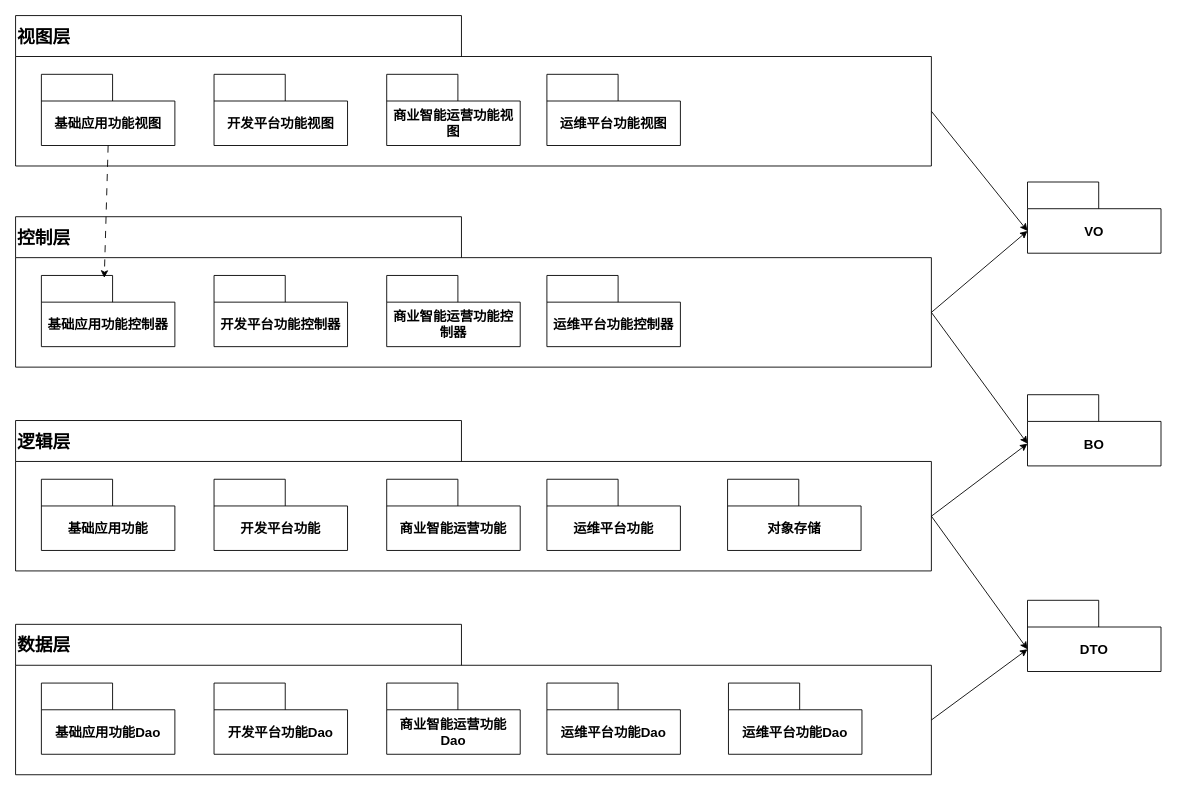
This is 系统开发视图.drawio from qf2020/drawio, a draw.io file, before an edit. Source tidied: cells renumbered, new cells numbered last; positions are measured from the earlier drawing's top-left corner, leaving out a move shared by most shapes. Both pictures are drawn from the tidied source at 89%, with x=0, y=0 at pixel (15, 15).
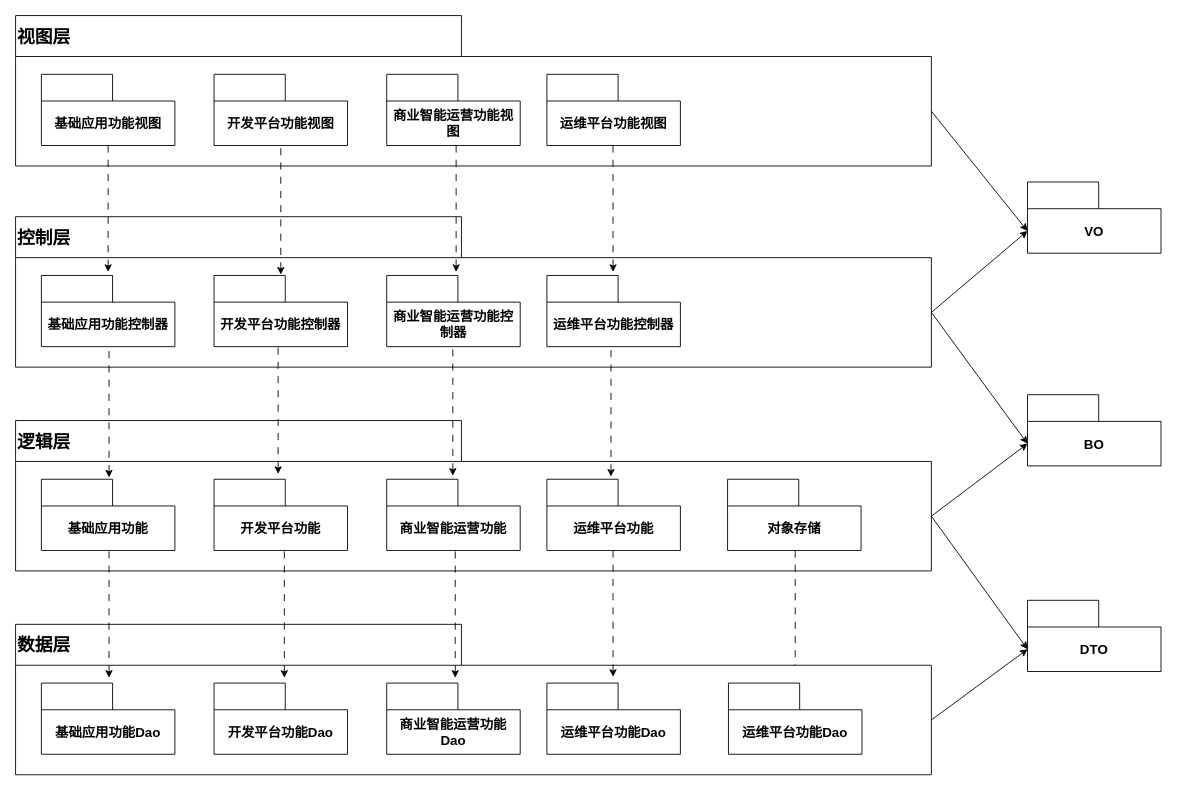
The same diagram, later.

Commit message (it also covers changes not shown here):
更新系统开发视图.drawio

The change refers to these unchanged cells:
```xml
<mxCell id="8" value="&lt;font style=&quot;font-size: 15px;&quot;&gt;基础应用功能控制器&lt;/font&gt;" style="shape=folder;fontStyle=1;tabWidth=80;tabHeight=30;tabPosition=left;html=1;boundedLbl=1;whiteSpace=wrap;" parent="7" vertex="1">
  <mxGeometry x="29" y="66" width="150" height="80" as="geometry" />
</mxCell>
<mxCell id="12" value="&lt;font style=&quot;font-size: 20px;&quot;&gt;逻辑层&lt;/font&gt;" style="shape=folder;fontStyle=1;tabWidth=501;tabHeight=46;tabPosition=left;html=1;boundedLbl=1;labelInHeader=1;whiteSpace=wrap;align=left;" parent="1" vertex="1">
  <mxGeometry y="455" width="1029" height="169" as="geometry" />
</mxCell>
<mxCell id="18" value="&lt;span style=&quot;font-size: 20px;&quot;&gt;数据层&lt;/span&gt;" style="shape=folder;fontStyle=1;tabWidth=501;tabHeight=46;tabPosition=left;html=1;boundedLbl=1;labelInHeader=1;whiteSpace=wrap;align=left;" parent="1" vertex="1">
  <mxGeometry y="684" width="1029" height="169" as="geometry" />
</mxCell>
```

What changed in the source:
```diff
@@
-    <mxCell id="2" value="&lt;font style=&quot;font-size: 20px;&quot;&gt;视图层&lt;/font&gt;" style="shape=folder;fontStyle=1;tabWidth=501;tabHeight=46;tabPosition=left;html=1;boundedLbl=1;labelInHeader=1;whiteSpace=wrap;align=left;" parent="1" vertex="1">
-      <mxGeometry width="1029" height="169" as="geometry" />
-    </mxCell>
-    <mxCell id="3" value="&lt;font style=&quot;font-size: 15px;&quot;&gt;基础应用功能视图&lt;/font&gt;" style="shape=folder;fontStyle=1;tabWidth=80;tabHeight=30;tabPosition=left;html=1;boundedLbl=1;whiteSpace=wrap;" parent="2" vertex="1">
-      <mxGeometry x="29" y="66" width="150" height="80" as="geometry" />
-    </mxCell>
-    <mxCell id="4" value="&lt;font style=&quot;font-size: 15px;&quot;&gt;开发平台功能视图&lt;/font&gt;" style="shape=folder;fontStyle=1;tabWidth=80;tabHeight=30;tabPosition=left;html=1;boundedLbl=1;whiteSpace=wrap;" parent="2" vertex="1">
-      <mxGeometry x="223" y="66" width="150" height="80" as="geometry" />
-    </mxCell>
-    <mxCell id="5" value="&lt;font style=&quot;font-size: 15px;&quot;&gt;商业智能运营功能视图&lt;/font&gt;" style="shape=folder;fontStyle=1;tabWidth=80;tabHeight=30;tabPosition=left;html=1;boundedLbl=1;whiteSpace=wrap;" parent="2" vertex="1">
-      <mxGeometry x="417" y="66" width="150" height="80" as="geometry" />
-    </mxCell>
-    <mxCell id="6" value="&lt;font style=&quot;font-size: 15px;&quot;&gt;运维平台功能视图&lt;/font&gt;" style="shape=folder;fontStyle=1;tabWidth=80;tabHeight=30;tabPosition=left;html=1;boundedLbl=1;whiteSpace=wrap;" parent="2" vertex="1">
-      <mxGeometry x="597" y="66" width="150" height="80" as="geometry" />
-    </mxCell>
@@
+    <mxCell id="34" style="endArrow=classic;html=1;rounded=0;dashed=1;dashPattern=8 8;exitX=0.5;exitY=1;exitDx=0;exitDy=0;exitPerimeter=0;verticalAlign=middle;startSize=6;" parent="12" edge="1">
+      <mxGeometry relative="1" as="geometry">
+        <mxPoint x="491.3" y="-80" as="sourcePoint" />
+        <mxPoint x="491.3" y="62" as="targetPoint" />
+      </mxGeometry>
+    </mxCell>
+    <mxCell id="35" style="endArrow=classic;html=1;rounded=0;dashed=1;dashPattern=8 8;exitX=0.5;exitY=1;exitDx=0;exitDy=0;exitPerimeter=0;verticalAlign=middle;startSize=6;" parent="12" edge="1">
+      <mxGeometry relative="1" as="geometry">
+        <mxPoint x="876" y="146" as="sourcePoint" />
+        <mxPoint x="876" y="288" as="targetPoint" />
+      </mxGeometry>
+    </mxCell>
@@
+    <mxCell id="36" style="endArrow=classic;html=1;rounded=0;dashed=1;dashPattern=8 8;exitX=0.5;exitY=1;exitDx=0;exitDy=0;exitPerimeter=0;verticalAlign=middle;startSize=6;" parent="18" edge="1">
+      <mxGeometry relative="1" as="geometry">
+        <mxPoint x="671.3" y="-83" as="sourcePoint" />
+        <mxPoint x="671.3" y="59" as="targetPoint" />
+      </mxGeometry>
+    </mxCell>
+    <mxCell id="2" value="&lt;font style=&quot;font-size: 20px;&quot;&gt;视图层&lt;/font&gt;" style="shape=folder;fontStyle=1;tabWidth=501;tabHeight=46;tabPosition=left;html=1;boundedLbl=1;labelInHeader=1;whiteSpace=wrap;align=left;" parent="1" vertex="1">
+      <mxGeometry width="1029" height="169" as="geometry" />
+    </mxCell>
+    <mxCell id="3" value="&lt;font style=&quot;font-size: 15px;&quot;&gt;基础应用功能视图&lt;/font&gt;" style="shape=folder;fontStyle=1;tabWidth=80;tabHeight=30;tabPosition=left;html=1;boundedLbl=1;whiteSpace=wrap;" parent="2" vertex="1">
+      <mxGeometry x="29" y="66" width="150" height="80" as="geometry" />
+    </mxCell>
+    <mxCell id="4" value="&lt;font style=&quot;font-size: 15px;&quot;&gt;开发平台功能视图&lt;/font&gt;" style="shape=folder;fontStyle=1;tabWidth=80;tabHeight=30;tabPosition=left;html=1;boundedLbl=1;whiteSpace=wrap;" parent="2" vertex="1">
+      <mxGeometry x="223" y="66" width="150" height="80" as="geometry" />
+    </mxCell>
+    <mxCell id="5" value="&lt;font style=&quot;font-size: 15px;&quot;&gt;商业智能运营功能视图&lt;/font&gt;" style="shape=folder;fontStyle=1;tabWidth=80;tabHeight=30;tabPosition=left;html=1;boundedLbl=1;whiteSpace=wrap;" parent="2" vertex="1">
+      <mxGeometry x="417" y="66" width="150" height="80" as="geometry" />
+    </mxCell>
+    <mxCell id="6" value="&lt;font style=&quot;font-size: 15px;&quot;&gt;运维平台功能视图&lt;/font&gt;" style="shape=folder;fontStyle=1;tabWidth=80;tabHeight=30;tabPosition=left;html=1;boundedLbl=1;whiteSpace=wrap;" parent="2" vertex="1">
+      <mxGeometry x="597" y="66" width="150" height="80" as="geometry" />
+    </mxCell>
+    <mxCell id="37" style="endArrow=classic;html=1;rounded=0;dashed=1;dashPattern=8 8;exitX=0.5;exitY=1;exitDx=0;exitDy=0;exitPerimeter=0;verticalAlign=middle;startSize=6;" parent="2" edge="1">
+      <mxGeometry relative="1" as="geometry">
+        <mxPoint x="495" y="146" as="sourcePoint" />
+        <mxPoint x="495" y="288" as="targetPoint" />
+      </mxGeometry>
+    </mxCell>
@@
-    <mxCell id="33" style="endArrow=classic;html=1;rounded=0;dashed=1;dashPattern=8 8;entryX=0.471;entryY=0.034;entryDx=0;entryDy=0;entryPerimeter=0;exitX=0.5;exitY=1;exitDx=0;exitDy=0;exitPerimeter=0;" parent="1" edge="1" source="3" target="8">
-      <mxGeometry relative="1" as="geometry" />
+    <mxCell id="33" style="endArrow=classic;html=1;rounded=0;dashed=1;dashPattern=8 8;exitX=0.5;exitY=1;exitDx=0;exitDy=0;exitPerimeter=0;verticalAlign=middle;startSize=6;" parent="1" edge="1" source="3">
+      <mxGeometry relative="1" as="geometry">
+        <mxPoint x="104" y="288" as="targetPoint" />
+      </mxGeometry>
     </mxCell>
+    <mxCell id="38" style="endArrow=classic;html=1;rounded=0;dashed=1;dashPattern=8 8;exitX=0.5;exitY=1;exitDx=0;exitDy=0;exitPerimeter=0;verticalAlign=middle;startSize=6;" parent="1" edge="1">
+      <mxGeometry relative="1" as="geometry">
+        <mxPoint x="298" y="149" as="sourcePoint" />
+        <mxPoint x="298" y="291" as="targetPoint" />
+      </mxGeometry>
+    </mxCell>
+    <mxCell id="39" style="endArrow=classic;html=1;rounded=0;dashed=1;dashPattern=8 8;exitX=0.5;exitY=1;exitDx=0;exitDy=0;exitPerimeter=0;verticalAlign=middle;startSize=6;" parent="1" edge="1">
+      <mxGeometry relative="1" as="geometry">
+        <mxPoint x="105" y="377" as="sourcePoint" />
+        <mxPoint x="105" y="519" as="targetPoint" />
+      </mxGeometry>
+    </mxCell>
+    <mxCell id="40" style="endArrow=classic;html=1;rounded=0;dashed=1;dashPattern=8 8;exitX=0.5;exitY=1;exitDx=0;exitDy=0;exitPerimeter=0;verticalAlign=middle;startSize=6;" parent="1" edge="1">
+      <mxGeometry relative="1" as="geometry">
+        <mxPoint x="295" y="373" as="sourcePoint" />
+        <mxPoint x="295" y="515" as="targetPoint" />
+      </mxGeometry>
+    </mxCell>
+    <mxCell id="41" style="endArrow=classic;html=1;rounded=0;dashed=1;dashPattern=8 8;exitX=0.5;exitY=1;exitDx=0;exitDy=0;exitPerimeter=0;verticalAlign=middle;startSize=6;" parent="1" edge="1">
+      <mxGeometry relative="1" as="geometry">
+        <mxPoint x="671.3" y="146" as="sourcePoint" />
+        <mxPoint x="671.3" y="288" as="targetPoint" />
+      </mxGeometry>
+    </mxCell>
+    <mxCell id="42" style="endArrow=classic;html=1;rounded=0;dashed=1;dashPattern=8 8;exitX=0.5;exitY=1;exitDx=0;exitDy=0;exitPerimeter=0;verticalAlign=middle;startSize=6;" parent="1" edge="1">
+      <mxGeometry relative="1" as="geometry">
+        <mxPoint x="669" y="376" as="sourcePoint" />
+        <mxPoint x="669" y="518" as="targetPoint" />
+      </mxGeometry>
+    </mxCell>
+    <mxCell id="43" style="endArrow=classic;html=1;rounded=0;dashed=1;dashPattern=8 8;exitX=0.5;exitY=1;exitDx=0;exitDy=0;exitPerimeter=0;verticalAlign=middle;startSize=6;" parent="1" edge="1">
+      <mxGeometry relative="1" as="geometry">
+        <mxPoint x="105" y="602" as="sourcePoint" />
+        <mxPoint x="105" y="744" as="targetPoint" />
+      </mxGeometry>
+    </mxCell>
+    <mxCell id="44" style="endArrow=classic;html=1;rounded=0;dashed=1;dashPattern=8 8;exitX=0.5;exitY=1;exitDx=0;exitDy=0;exitPerimeter=0;verticalAlign=middle;startSize=6;" parent="1" edge="1">
+      <mxGeometry relative="1" as="geometry">
+        <mxPoint x="302" y="602" as="sourcePoint" />
+        <mxPoint x="302" y="744" as="targetPoint" />
+      </mxGeometry>
+    </mxCell>
+    <mxCell id="45" style="endArrow=classic;html=1;rounded=0;dashed=1;dashPattern=8 8;exitX=0.5;exitY=1;exitDx=0;exitDy=0;exitPerimeter=0;verticalAlign=middle;startSize=6;" parent="1" edge="1">
+      <mxGeometry relative="1" as="geometry">
+        <mxPoint x="494" y="602" as="sourcePoint" />
+        <mxPoint x="494" y="744" as="targetPoint" />
+      </mxGeometry>
+    </mxCell>
```
